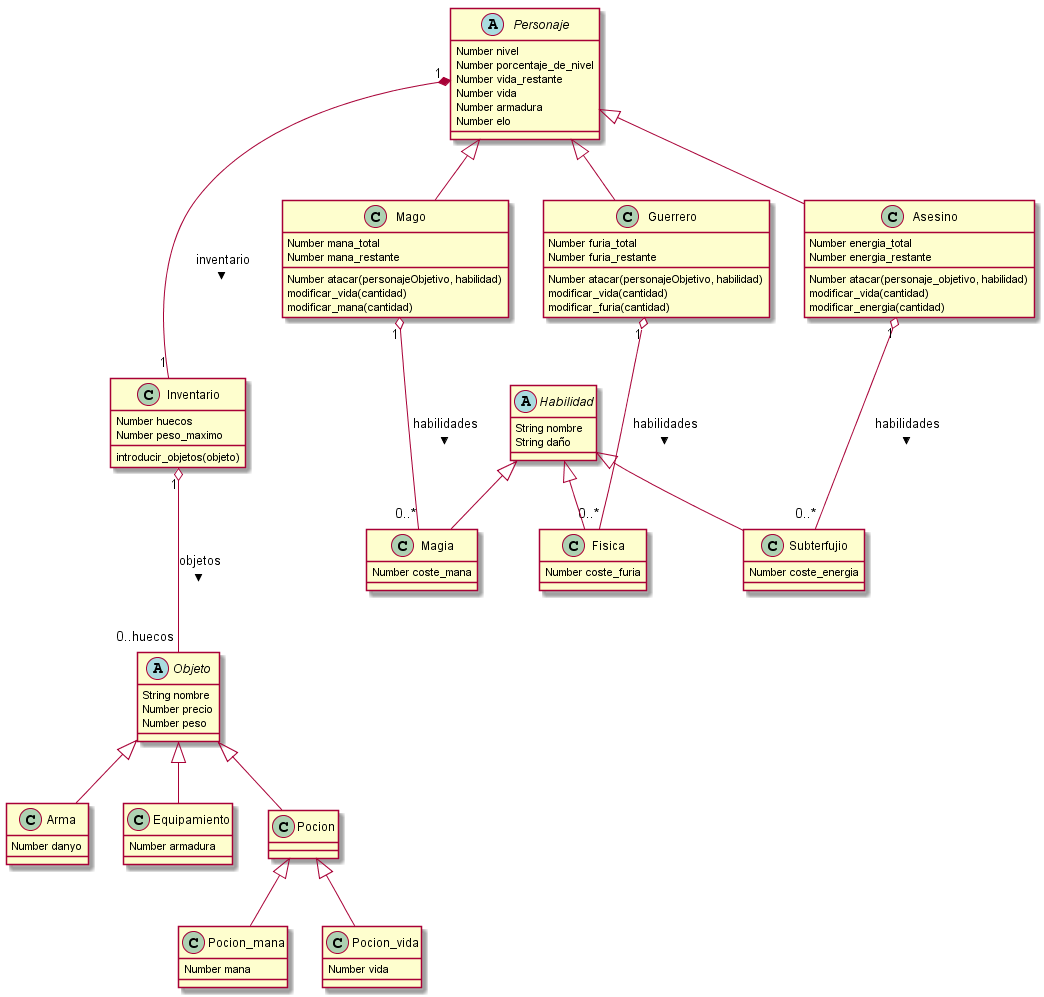
This is out/DiagramaClases/DiagramaClases.png from manelme/alan-game, a PlantUML export, as it was before one commit. Its diagram source:
```plantuml
@startuml DiagramaClases

Personaje "1" *--- "1" Inventario : inventario >
Guerrero "1" o--- "0..*" Fisica: habilidades >
Mago "1" o--- "0..*" Magia: habilidades >
Asesino "1" o--- "0..*" Subterfujio: habilidades >
Inventario "1" o--- "0..huecos" Objeto: objetos >

Personaje <|-- Guerrero
Personaje <|-- Mago
Personaje <|-- Asesino

Habilidad <|-- Fisica
Habilidad <|-- Subterfujio
Habilidad <|-- Magia

Objeto <|-- Arma
Objeto <|-- Equipamiento
Objeto <|-- Pocion

Pocion <|-- Pocion_mana
Pocion <|-- Pocion_vida

abstract Personaje {
    Number nivel
    Number porcentaje_de_nivel
    Number vida_restante
    Number vida
    Number armadura
    Number elo
}
class Guerrero{
    Number furia_total
    Number furia_restante
    Number atacar(personajeObjetivo, habilidad)
    modificar_vida(cantidad)
    modificar_furia(cantidad)
}
class Mago{
    Number mana_total
    Number mana_restante
    Number atacar(personajeObjetivo, habilidad)
    modificar_vida(cantidad)
    modificar_mana(cantidad)
}
class Asesino{
    Number energia_total
    Number energia_restante
    Number atacar(personaje_objetivo, habilidad)
    modificar_vida(cantidad)
    modificar_energia(cantidad)
}
abstract Objeto{
    String nombre
    Number precio
    Number peso
}
class Inventario{
    Number huecos
    Number peso_maximo
    introducir_objetos(objeto)
}
class Equipamiento{
    Number armadura
}
class Arma{
    Number danyo
}
class Pocion_mana{
    Number mana
}
class Pocion_vida{
    Number vida
}
abstract Habilidad{
    String nombre
    String daño
}
class Magia{
    Number coste_mana
}
class Fisica{
    Number coste_furia
}
class Subterfujio{
    Number coste_energia
}
@enduml
```
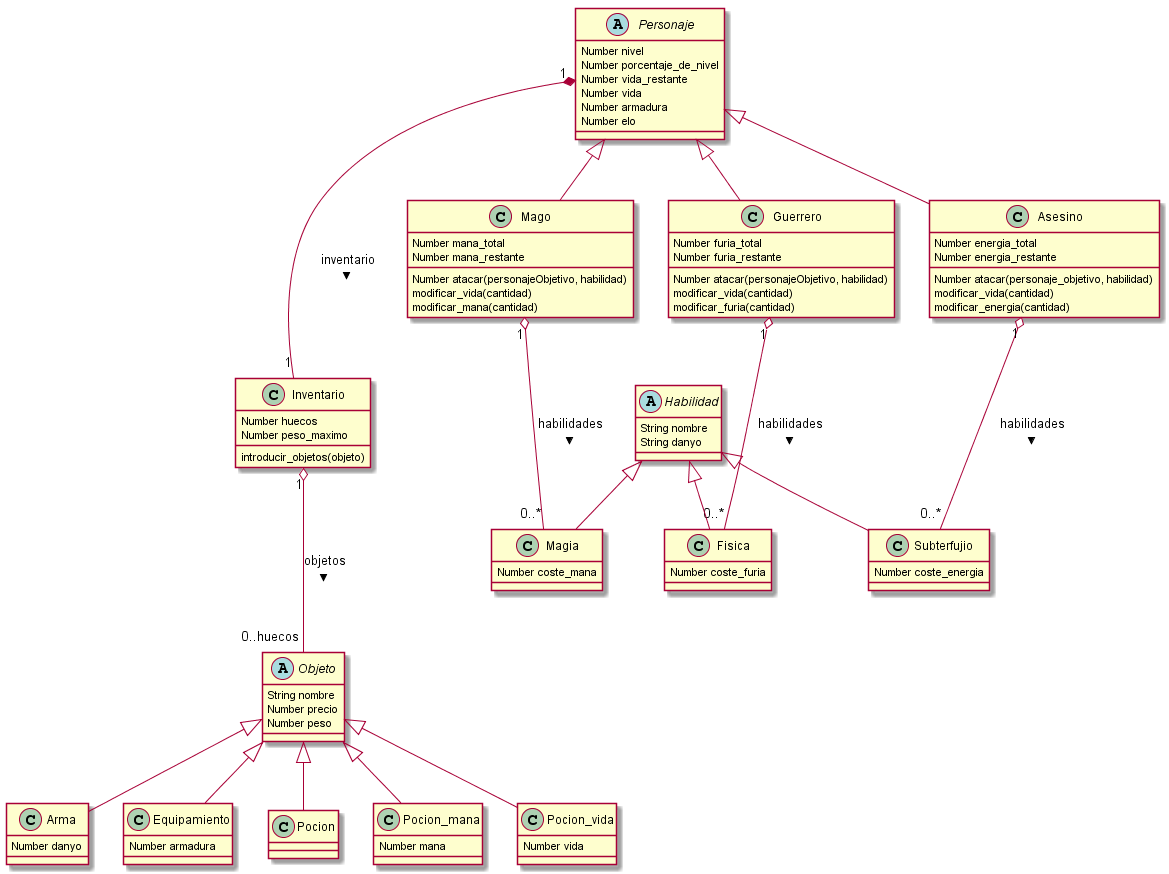
Above is the later version.

Commit message:
diagrama modificado

The edit, as a diff of the source:
```diff
@@ -17,9 +17,8 @@
 Objeto <|-- Arma
 Objeto <|-- Equipamiento
 Objeto <|-- Pocion
-
-Pocion <|-- Pocion_mana
-Pocion <|-- Pocion_vida
+Objeto <|-- Pocion_mana
+Objeto <|-- Pocion_vida
 
 abstract Personaje {
     Number nivel
@@ -74,7 +73,7 @@
 }
 abstract Habilidad{
     String nombre
-    String daño
+    String danyo
 }
 class Magia{
     Number coste_mana
```
